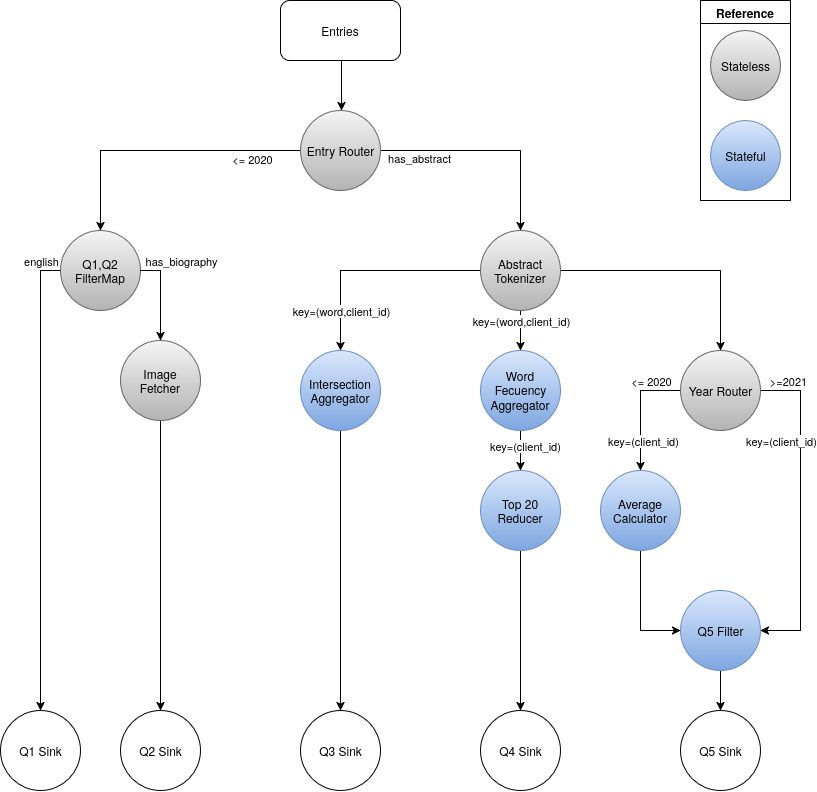
This is diagrams/Distribuidos - TP Diseño-DAG.drawio.png from mrti259/fiuba-tp-template, a draw.io export, as it was before one commit. Source tidied: cells renumbered, new cells last; positions are measured from the earlier drawing's top-left corner, leaving out a move shared by most shapes.
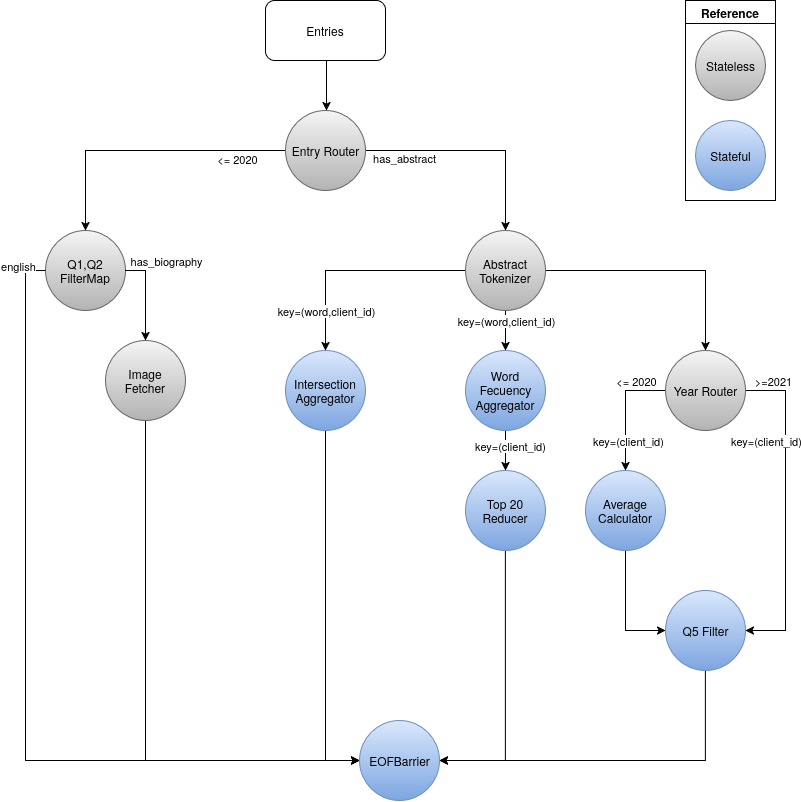
After the change.

Commit message:
TP diseño: elimina sinks, EOFBarrier en DAG; tareas por etapa con estimados

The edit, as a diff of the source:
```diff
@@ -48,8 +48,12 @@
     <mxCell id="14" value="Q1,Q2 FilterMap" style="ellipse;whiteSpace=wrap;html=1;shapeInside=1;fillColor=#f5f5f5;gradientColor=#b3b3b3;strokeColor=#666666;" parent="1" vertex="1">
       <mxGeometry x="60" y="230" width="80" height="80" as="geometry" />
     </mxCell>
-    <mxCell id="15" style="edgeStyle=orthogonalEdgeStyle;rounded=0;jettySize=auto;html=1;" parent="1" edge="1" source="16" target="41">
-      <mxGeometry relative="1" as="geometry" />
+    <mxCell id="15" style="edgeStyle=orthogonalEdgeStyle;rounded=0;jettySize=auto;html=1;" parent="1" edge="1" source="16" target="38">
+      <mxGeometry x="-0.23" relative="1" as="geometry">
+        <Array as="points">
+          <mxPoint x="340" y="760" />
+        </Array>
+      </mxGeometry>
     </mxCell>
     <mxCell id="16" value="Intersection Aggregator" style="ellipse;whiteSpace=wrap;html=1;shapeInside=1;fillColor=#dae8fc;strokeColor=#6c8ebf;gradientColor=#7ea6e0;" parent="1" vertex="1">
       <mxGeometry x="300" y="350" width="80" height="80" as="geometry" />
@@ -114,14 +118,22 @@
     <mxCell id="29" value="Year Router" style="ellipse;whiteSpace=wrap;html=1;shapeInside=1;fillColor=#f5f5f5;strokeColor=#666666;gradientColor=#b3b3b3;" parent="1" vertex="1">
       <mxGeometry x="680" y="350" width="80" height="80" as="geometry" />
     </mxCell>
-    <mxCell id="30" style="edgeStyle=orthogonalEdgeStyle;rounded=0;jettySize=auto;html=1;" parent="1" edge="1" source="31" target="42">
-      <mxGeometry relative="1" as="geometry" />
+    <mxCell id="30" style="edgeStyle=orthogonalEdgeStyle;rounded=0;jettySize=auto;html=1;" parent="1" edge="1" source="31" target="38">
+      <mxGeometry relative="1" as="geometry">
+        <Array as="points">
+          <mxPoint x="520" y="760" />
+        </Array>
+      </mxGeometry>
     </mxCell>
     <mxCell id="31" value="Top 20 Reducer" style="ellipse;whiteSpace=wrap;html=1;shapeInside=1;fillColor=#dae8fc;strokeColor=#6c8ebf;gradientColor=#7ea6e0;" parent="1" vertex="1">
       <mxGeometry x="480" y="470" width="80" height="80" as="geometry" />
     </mxCell>
-    <mxCell id="32" style="edgeStyle=orthogonalEdgeStyle;rounded=0;jettySize=auto;html=1;" parent="1" edge="1" source="33" target="43">
-      <mxGeometry relative="1" as="geometry" />
+    <mxCell id="32" style="edgeStyle=orthogonalEdgeStyle;rounded=0;jettySize=auto;html=1;" parent="1" edge="1" source="33" target="38">
+      <mxGeometry relative="1" as="geometry">
+        <Array as="points">
+          <mxPoint x="720" y="760" />
+        </Array>
+      </mxGeometry>
     </mxCell>
     <mxCell id="33" value="Q5 Filter" style="ellipse;whiteSpace=wrap;html=1;shapeInside=1;fillColor=#dae8fc;gradientColor=#7ea6e0;strokeColor=#6c8ebf;" parent="1" vertex="1">
       <mxGeometry x="680" y="590" width="80" height="80" as="geometry" />
@@ -150,27 +162,19 @@
         <mxPoint x="20" y="-14" as="offset" />
       </mxGeometry>
     </mxCell>
-    <mxCell id="38" value="Q1 Sink" style="ellipse;whiteSpace=wrap;html=1;shapeInside=1;" parent="1" vertex="1">
-      <mxGeometry y="710" width="80" height="80" as="geometry" />
+    <mxCell id="38" value="EOFBarrier" style="ellipse;whiteSpace=wrap;html=1;shapeInside=1;fillColor=#dae8fc;gradientColor=#7ea6e0;strokeColor=#6c8ebf;" parent="1" vertex="1">
+      <mxGeometry x="374" y="720" width="80" height="80" as="geometry" />
     </mxCell>
-    <mxCell id="39" style="edgeStyle=orthogonalEdgeStyle;rounded=0;jettySize=auto;html=1;" parent="1" edge="1" source="40" target="44">
-      <mxGeometry relative="1" as="geometry" />
+    <mxCell id="39" style="edgeStyle=orthogonalEdgeStyle;rounded=0;jettySize=auto;html=1;" parent="1" edge="1" source="40" target="38">
+      <mxGeometry relative="1" as="geometry">
+        <Array as="points">
+          <mxPoint x="160" y="760" />
+        </Array>
+      </mxGeometry>
     </mxCell>
     <mxCell id="40" value="Image Fetcher" style="ellipse;whiteSpace=wrap;html=1;shapeInside=1;fillColor=#f5f5f5;gradientColor=#b3b3b3;strokeColor=#666666;" parent="1" vertex="1">
       <mxGeometry x="120" y="340" width="80" height="80" as="geometry" />
     </mxCell>
-    <mxCell id="41" value="Q3 Sink" style="ellipse;whiteSpace=wrap;html=1;shapeInside=1;" parent="1" vertex="1">
-      <mxGeometry x="300" y="710" width="80" height="80" as="geometry" />
-    </mxCell>
-    <mxCell id="42" value="Q4 Sink" style="ellipse;whiteSpace=wrap;html=1;shapeInside=1;" parent="1" vertex="1">
-      <mxGeometry x="480" y="710" width="80" height="80" as="geometry" />
-    </mxCell>
-    <mxCell id="43" value="Q5 Sink" style="ellipse;whiteSpace=wrap;html=1;shapeInside=1;" parent="1" vertex="1">
-      <mxGeometry x="680" y="710" width="80" height="80" as="geometry" />
-    </mxCell>
-    <mxCell id="44" value="Q2 Sink" style="ellipse;whiteSpace=wrap;html=1;shapeInside=1;" parent="1" vertex="1">
-      <mxGeometry x="120" y="710" width="80" height="80" as="geometry" />
-    </mxCell>
     <mxCell id="45" value="Reference" style="swimlane;whiteSpace=wrap;html=1;" parent="1" vertex="1">
       <mxGeometry x="700" width="90" height="200" as="geometry" />
     </mxCell>
```
